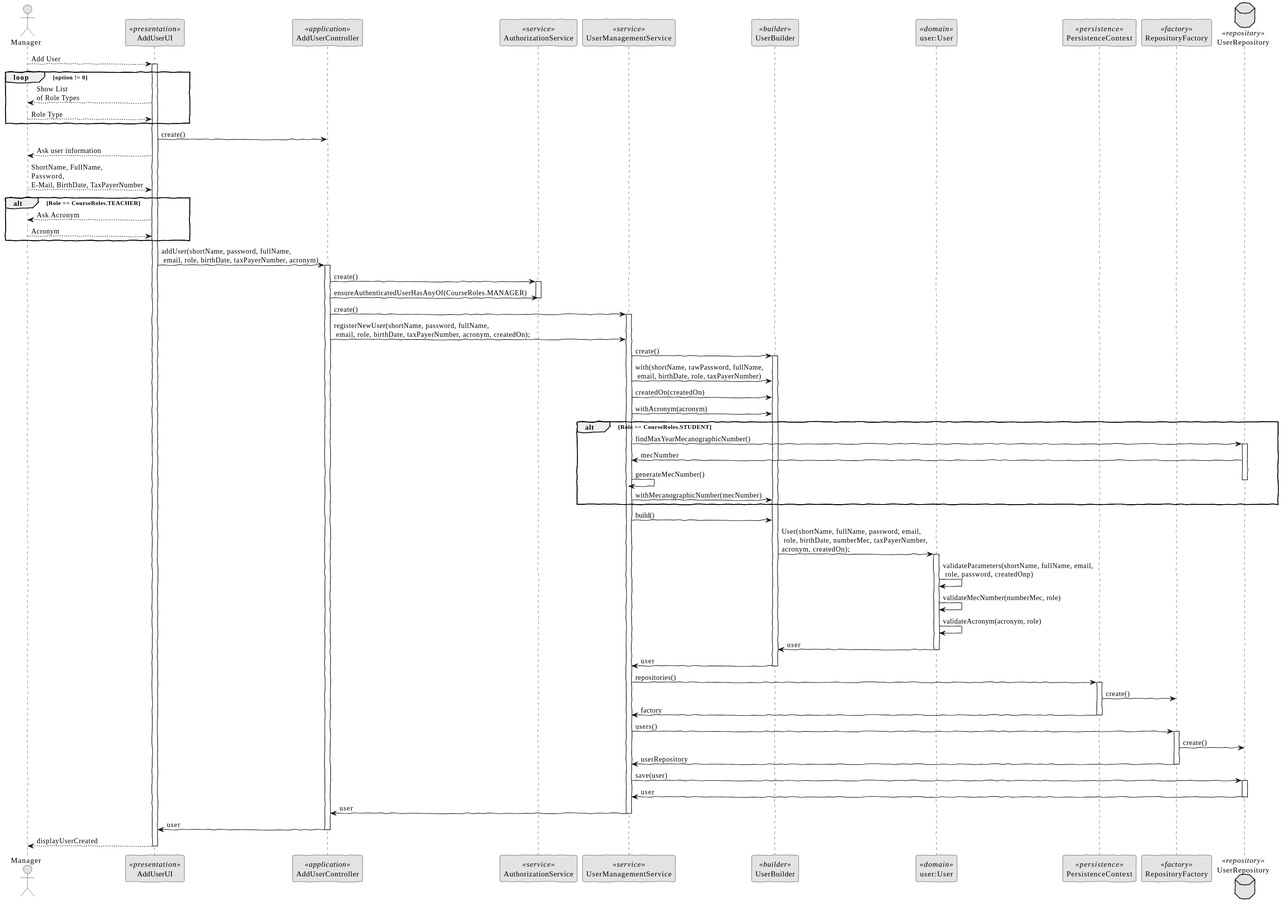
The PlantUML diagram docs/SPRINT B/US_1001/SD/RegisterUser-SD.svg in brunacosta03/sem4pi_22_23, before a commit.
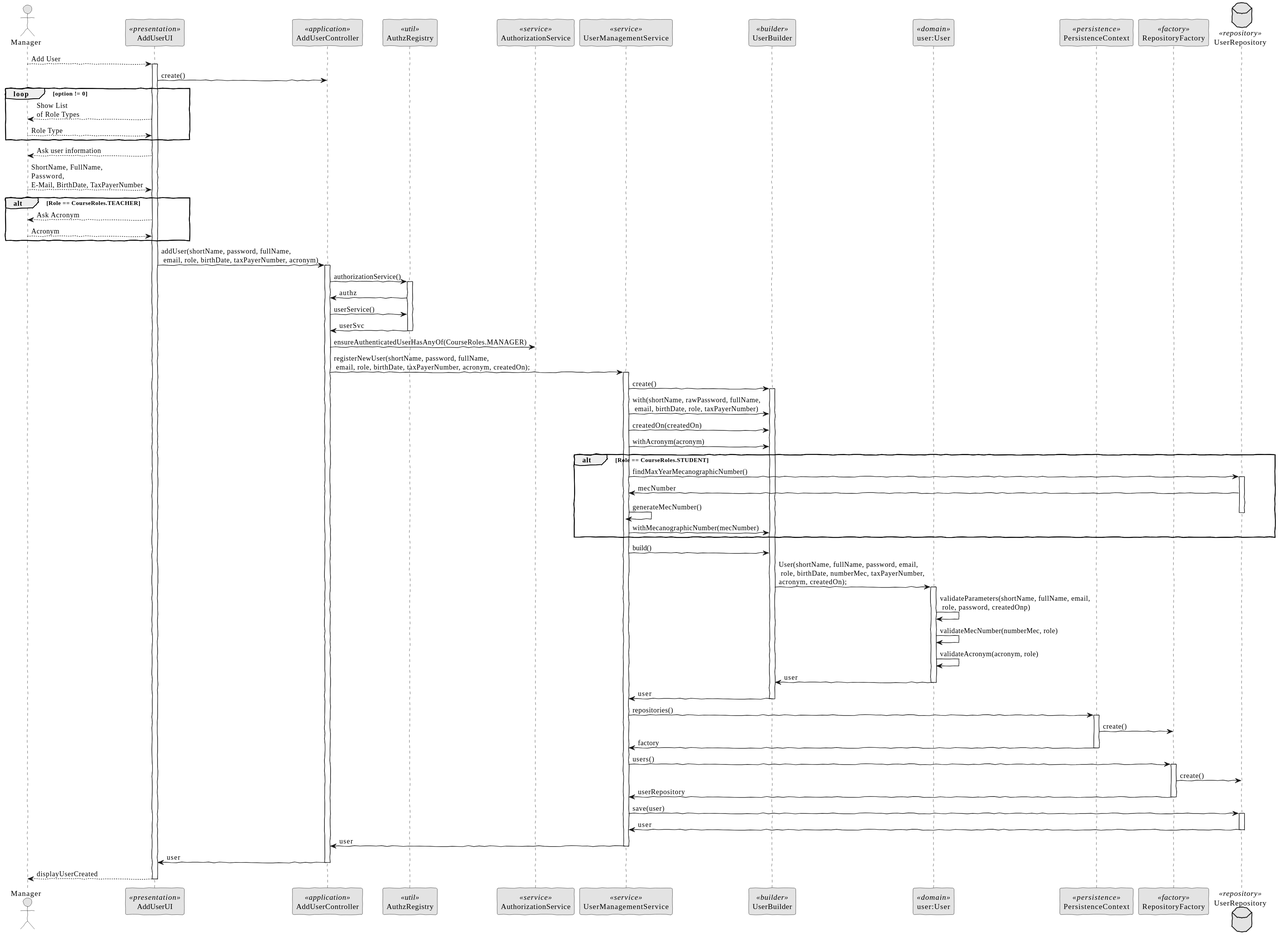
After the commit.

The edit, as a diff of the source:
```diff
@@ -8,6 +8,7 @@
 actor Manager as Actor
 participant AddUserUI as UI <<presentation>>
 participant AddUserController as Controller <<application>>
+participant AuthzRegistry as Registry <<util>>
 participant AuthorizationService as AuthzService <<service>>
 participant UserManagementService as Service <<service>>
 participant UserBuilder as Builder <<builder>>
@@ -19,12 +20,13 @@
 
 Actor --> UI: Add User
 activate UI
+    UI -> Controller: create()
+
     loop option != 0
         UI --> Actor: Show List\nof Role Types
         Actor --> UI: Role Type
     end
 
-    UI -> Controller: create()
     UI --> Actor: Ask user information
 
     Actor --> UI: ShortName, FullName,\nPassword,\nE-Mail, BirthDate, TaxPayerNumber
@@ -39,14 +41,19 @@
     UI -> Controller: addUser(shortName, password, fullName,\n email, role, birthDate, taxPayerNumber, acronym)
     activate Controller
 
-        Controller -> AuthzService: create()
-        activate AuthzService
+        Controller -> Registry: authorizationService()
+        activate Registry
+        Registry -> Controller: authz
+        Controller -> Registry: userService()
+        Registry -> Controller: userSvc
+        deactivate Registry
+
+
         Controller -> AuthzService: ensureAuthenticatedUserHasAnyOf(CourseRoles.MANAGER)
-        deactivate AuthzService
 
-    Controller -> Service: create()
+
+    Controller -> Service: registerNewUser(shortName, password, fullName,\n email, role, birthDate, taxPayerNumber, acronym, createdOn);
     activate Service
-    Controller -> Service: registerNewUser(shortName, password, fullName,\n email, role, birthDate, taxPayerNumber, acronym, createdOn);
 
     Service -> Builder: create()
         activate Builder
```
